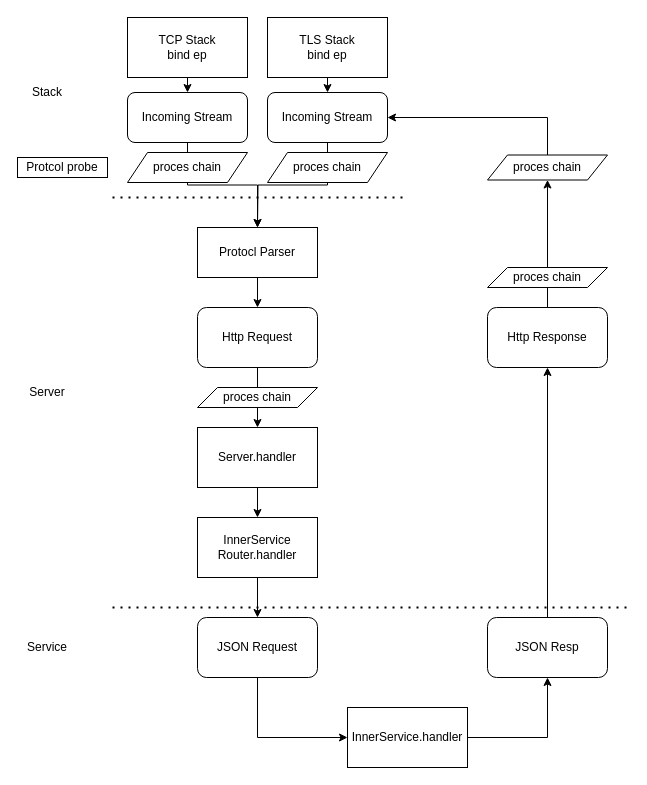
The draw.io diagram doc/cyfs-gateway基础流程.drawio in buckyos/cyfs-gateway, before the edit. Source tidied: cells renumbered, new cells numbered last; positions are measured from the earlier drawing's top-left corner, leaving out a move shared by most shapes. Both pictures are drawn from the tidied source at 100%, with x=0, y=0 at pixel (17, 17).
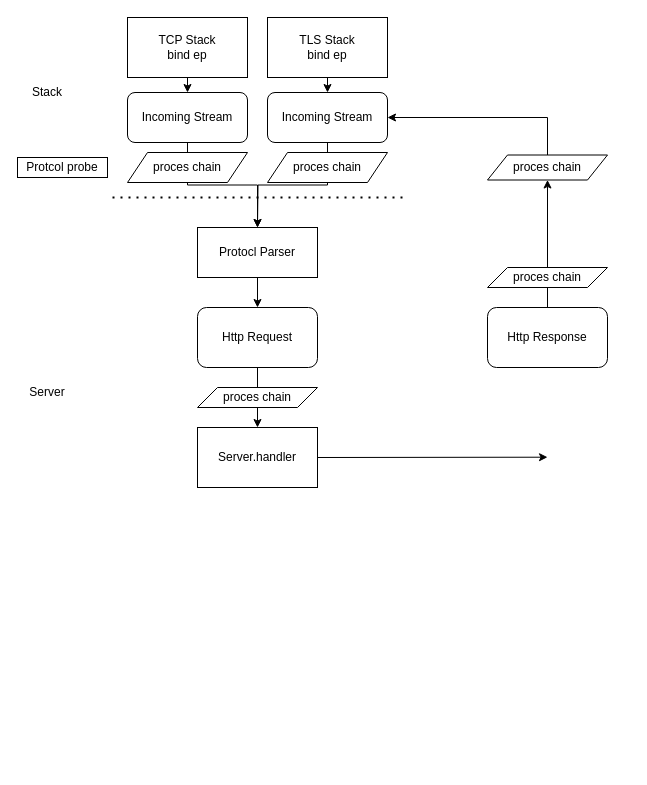
After the change.

Unchanged cells that the change refers to:
```xml
<mxCell id="13" value="Server.handler" style="rounded=0;whiteSpace=wrap;html=1;" parent="1" vertex="1">
  <mxGeometry x="180" y="410" width="120" height="60" as="geometry" />
</mxCell>
<mxCell id="31" value="Http Response" style="rounded=1;whiteSpace=wrap;html=1;" parent="1" vertex="1">
  <mxGeometry x="470" y="290" width="120" height="60" as="geometry" />
</mxCell>
```

Diff of the diagram source:
```diff
@@
-    <mxCell id="12" style="edgeStyle=orthogonalEdgeStyle;rounded=0;jettySize=auto;html=1;exitX=0.5;exitY=1;exitDx=0;exitDy=0;entryX=0.5;entryY=0;entryDx=0;entryDy=0;" parent="1" edge="1" source="13" target="15">
-      <mxGeometry relative="1" as="geometry" />
-    </mxCell>
+    <mxCell id="38" style="edgeStyle=none;html=1;exitX=1;exitY=0.5;exitDx=0;exitDy=0;" parent="1" edge="1" source="13">
+      <mxGeometry relative="1" as="geometry">
+        <mxPoint x="530" y="439.7" as="targetPoint" />
+      </mxGeometry>
+    </mxCell>
@@
-    <mxCell id="14" style="edgeStyle=orthogonalEdgeStyle;rounded=0;jettySize=auto;html=1;exitX=0.5;exitY=1;exitDx=0;exitDy=0;entryX=0.5;entryY=0;entryDx=0;entryDy=0;" parent="1" edge="1" source="15" target="17">
-      <mxGeometry relative="1" as="geometry" />
-    </mxCell>
-    <mxCell id="15" value="InnerService&lt;div&gt;Router.handler&lt;/div&gt;" style="rounded=0;whiteSpace=wrap;html=1;" parent="1" vertex="1">
-      <mxGeometry x="180" y="500" width="120" height="60" as="geometry" />
-    </mxCell>
-    <mxCell id="16" style="edgeStyle=orthogonalEdgeStyle;rounded=0;jettySize=auto;html=1;exitX=0.5;exitY=1;exitDx=0;exitDy=0;entryX=0;entryY=0.5;entryDx=0;entryDy=0;" parent="1" edge="1" source="17" target="19">
-      <mxGeometry relative="1" as="geometry" />
-    </mxCell>
-    <mxCell id="17" value="JSON Request" style="rounded=1;whiteSpace=wrap;html=1;" parent="1" vertex="1">
-      <mxGeometry x="180" y="600" width="120" height="60" as="geometry" />
-    </mxCell>
-    <mxCell id="18" style="edgeStyle=orthogonalEdgeStyle;rounded=0;jettySize=auto;html=1;exitX=1;exitY=0.5;exitDx=0;exitDy=0;entryX=0.5;entryY=1;entryDx=0;entryDy=0;" parent="1" edge="1" source="19" target="29">
-      <mxGeometry relative="1" as="geometry" />
-    </mxCell>
-    <mxCell id="19" value="InnerService.handler" style="rounded=0;whiteSpace=wrap;html=1;" parent="1" vertex="1">
-      <mxGeometry x="330" y="690" width="120" height="60" as="geometry" />
-    </mxCell>
@@
-    <mxCell id="21" style="endArrow=none;dashed=1;html=1;dashPattern=1 3;strokeWidth=2;rounded=0;" parent="1" edge="1">
-      <mxGeometry relative="1" as="geometry">
-        <mxPoint x="95" y="590" as="sourcePoint" />
-        <mxPoint x="610" y="590" as="targetPoint" />
-      </mxGeometry>
-    </mxCell>
@@
-    <mxCell id="24" value="Service" style="text;html=1;align=center;verticalAlign=middle;whiteSpace=wrap;rounded=0;" parent="1" vertex="1">
-      <mxGeometry y="615" width="60" height="30" as="geometry" />
-    </mxCell>
@@
-    <mxCell id="28" style="edgeStyle=orthogonalEdgeStyle;rounded=0;jettySize=auto;html=1;exitX=0.5;exitY=0;exitDx=0;exitDy=0;" parent="1" edge="1" source="29" target="31">
-      <mxGeometry relative="1" as="geometry" />
-    </mxCell>
-    <mxCell id="29" value="JSON Resp" style="rounded=1;whiteSpace=wrap;html=1;" parent="1" vertex="1">
-      <mxGeometry x="470" y="600" width="120" height="60" as="geometry" />
-    </mxCell>
```
